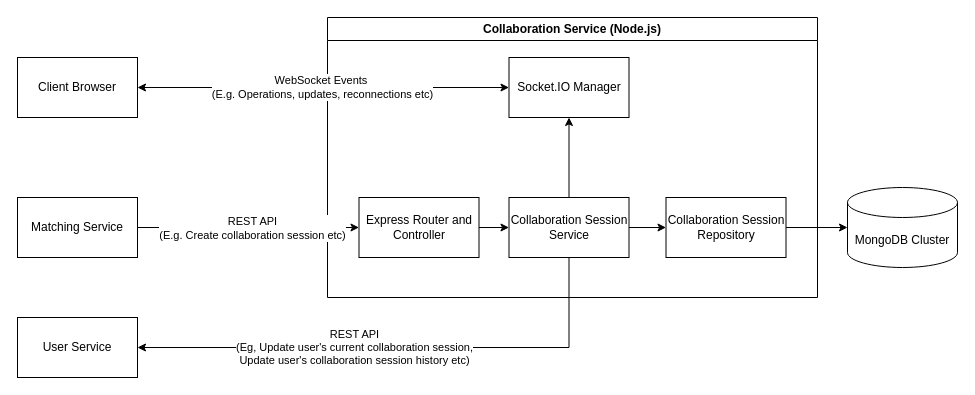
realqijun/cs3219-ay2526s1-project-g05 keeps this draw.io diagram as docs/Collaboration Service Concept Diagram.drawio. Above is the earlier version. Source tidied: cells renumbered, new cells numbered last; positions are measured from the earlier drawing's top-left corner, leaving out a move shared by most shapes. Both pictures are drawn from the tidied source at 100%, with x=0, y=0 at pixel (17, 17).
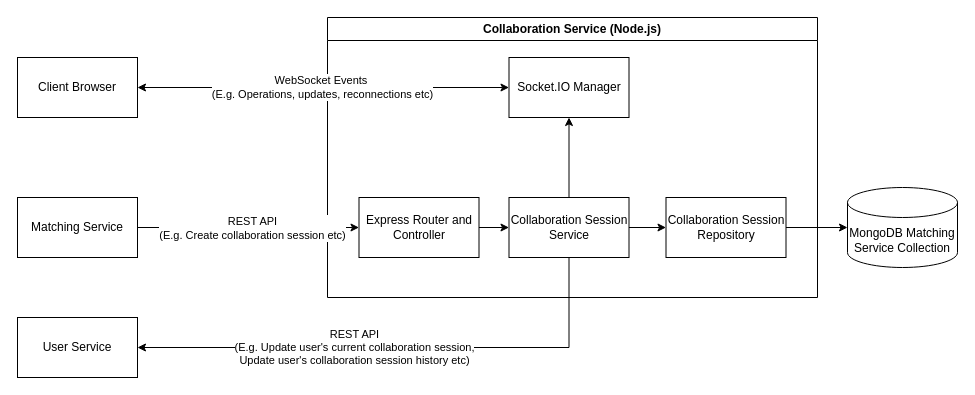
The same page after the edit.

Commit message (it also covers changes not shown here):
Add collaboration service diagrams

The change refers to these unchanged cells:
```xml
<mxCell id="17" style="edgeStyle=orthogonalEdgeStyle;rounded=0;jettySize=auto;html=1;entryX=1;entryY=0.5;entryDx=0;entryDy=0;" parent="1" edge="1" source="7" target="16">
  <mxGeometry relative="1" as="geometry">
    <Array as="points">
      <mxPoint x="552" y="330" />
    </Array>
  </mxGeometry>
</mxCell>
```

Diff of the diagram source:
```diff
@@
-    <mxCell id="12" value="MongoDB&amp;nbsp;&lt;span style=&quot;background-color: transparent; color: light-dark(rgb(0, 0, 0), rgb(255, 255, 255));&quot;&gt;Cluster&lt;/span&gt;" style="shape=cylinder3;whiteSpace=wrap;html=1;boundedLbl=1;backgroundOutline=1;size=15;" parent="1" vertex="1">
+    <mxCell id="12" value="MongoDB Matching Service Collection" style="shape=cylinder3;whiteSpace=wrap;html=1;boundedLbl=1;backgroundOutline=1;size=15;" parent="1" vertex="1">
       <mxGeometry x="830" y="170" width="110" height="80" as="geometry" />
     </mxCell>
@@
-    <mxCell id="18" value="REST API&lt;div&gt;(Eg, Update user's current collaboration session,&lt;/div&gt;&lt;div&gt;Update user's collaboration session history etc)&lt;/div&gt;" style="edgeLabel;html=1;align=center;verticalAlign=middle;" parent="17" vertex="1">
+    <mxCell id="18" value="REST API&lt;div&gt;(E.g.&lt;span style=&quot;background-color: light-dark(#ffffff, var(--ge-dark-color, #121212)); color: light-dark(rgb(0, 0, 0), rgb(255, 255, 255));&quot;&gt;&amp;nbsp;Update user's current collaboration session,&lt;/span&gt;&lt;/div&gt;&lt;div&gt;Update user's collaboration session history etc)&lt;/div&gt;" style="edgeLabel;html=1;align=center;verticalAlign=middle;" parent="17" vertex="1">
       <mxGeometry x="0.17" y="-1" relative="1" as="geometry" />
     </mxCell>
```
